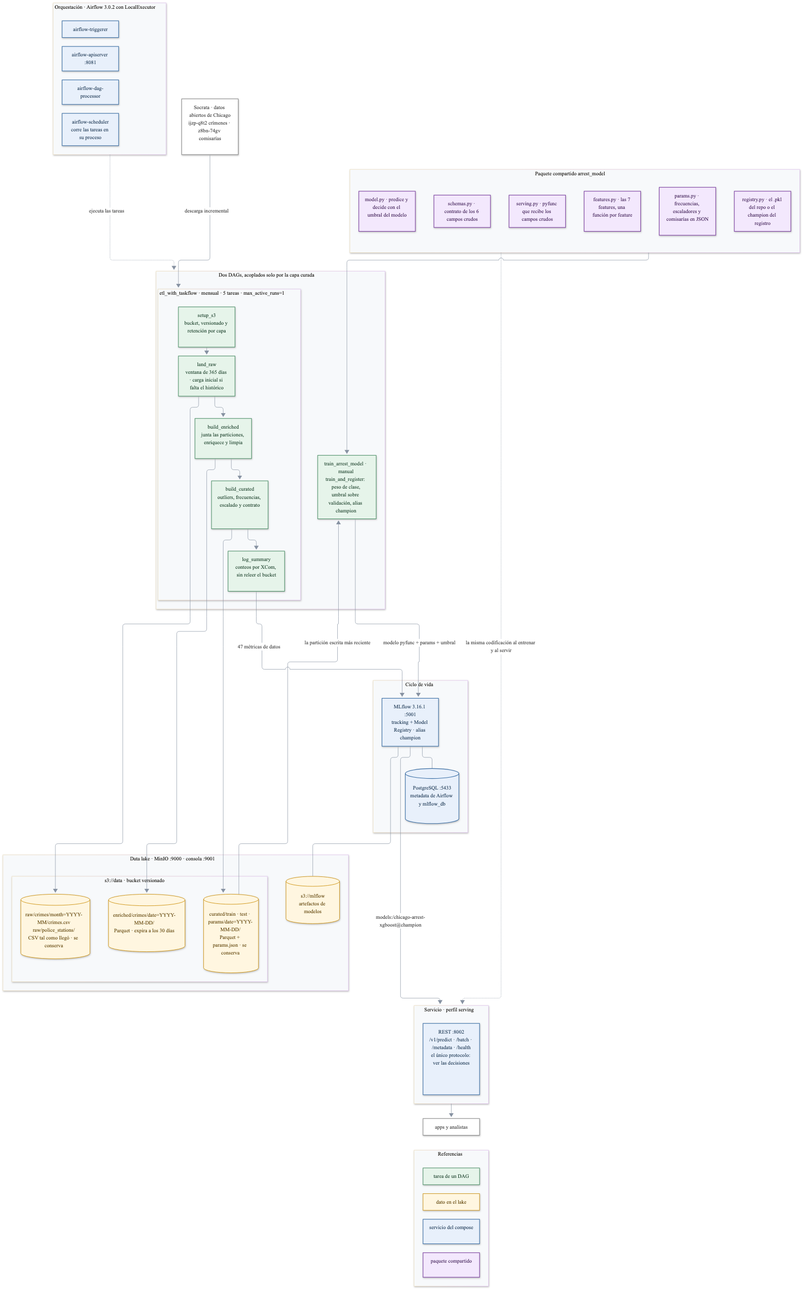
Earlier version of the Mermaid export docs/arquitectura.png (BelCattaneo/mlops2). Its source is kept beside it as docs/arquitectura.mmd.
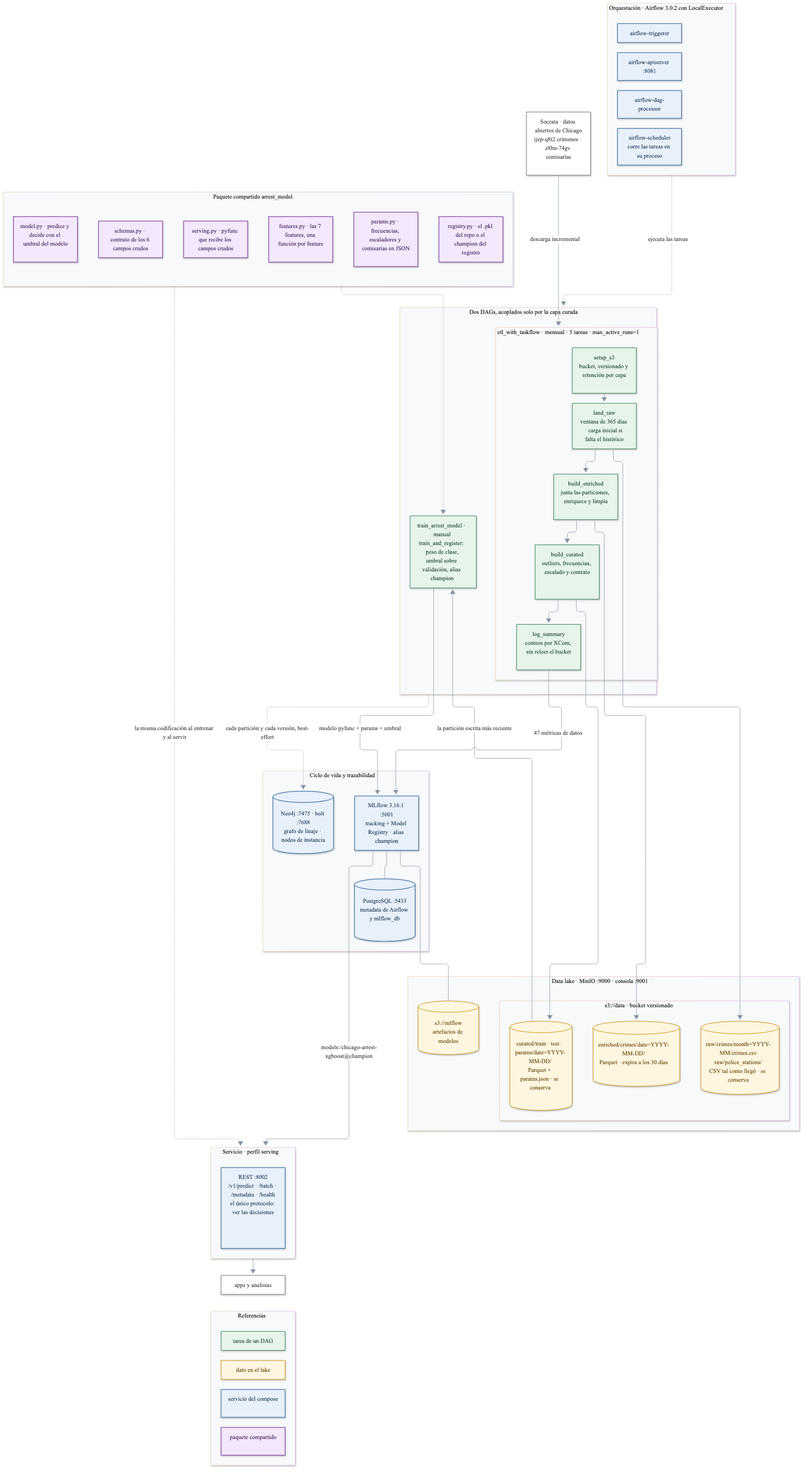
After the commit.

Commit message:
Pone el grafo de linaje en el diagrama y la doc de arquitectura

Diff of the diagram source:
```diff
@@ -41,10 +41,11 @@
     ART[("s3://mlflow<br/>artefactos de modelos")]:::dato
   end
 
-  subgraph ciclo["Ciclo de vida"]
+  subgraph ciclo["Ciclo de vida y trazabilidad"]
     direction TB
     MLF["MLflow 3.16.1 :5001<br/>tracking + Model Registry · alias champion"]:::infra
     PG[("PostgreSQL :5433<br/>metadata de Airflow y mlflow_db")]:::infra
+    NEO[("Neo4j :7475 · bolt :7688<br/>grafo de linaje · nodos de instancia")]:::infra
   end
 
   subgraph pkg["Paquete compartido arrest_model"]
@@ -72,6 +73,7 @@
   MLF --- PG
   MLF --- ART
   E5 -.->|"47 métricas de datos"| MLF
+  dags -.->|"cada partición y cada versión, best-effort"| NEO
   MLF -->|"models:/chicago-arrest-xgboost@champion"| serv
   pkg -.->|"la misma codificación al entrenar y al servir"| serv
   pkg -.-> TRA
```
